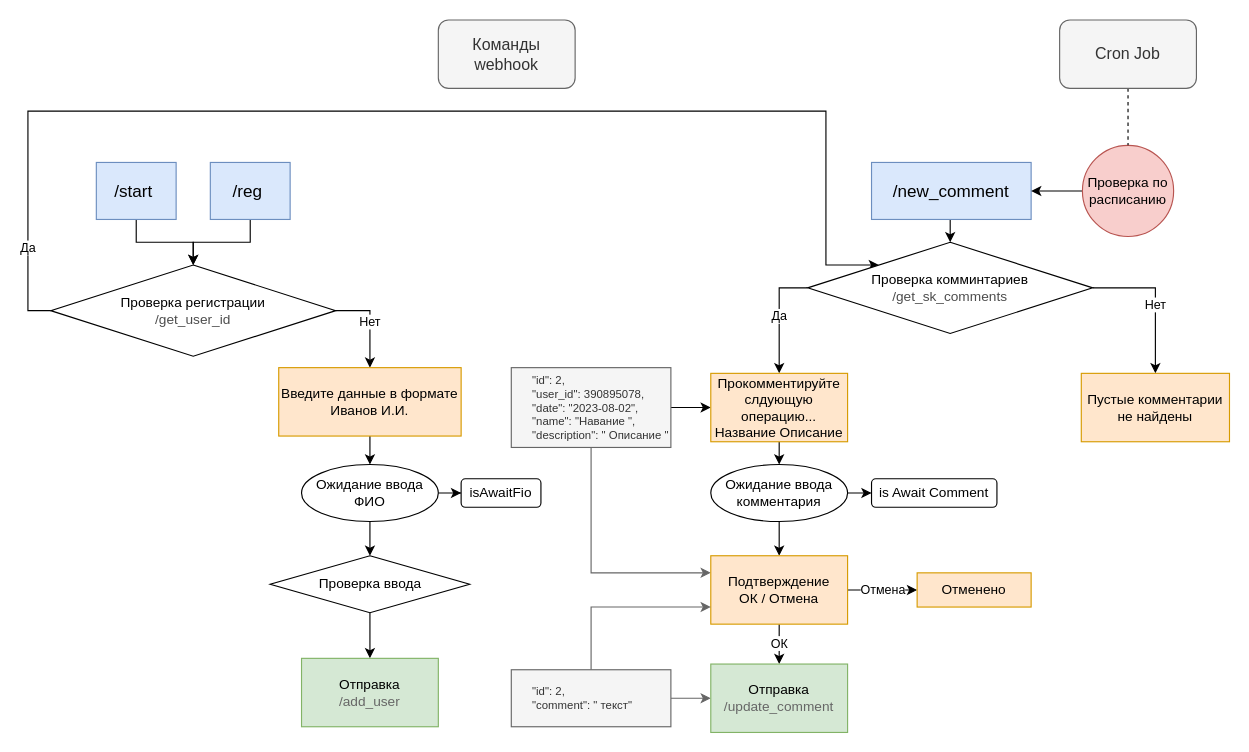
Earlier version of the draw.io diagram doc/drow.drawio (i5anin/telegram-bot.js). Source tidied: cells renumbered, new cells numbered last; positions are measured from the earlier drawing's top-left corner, leaving out a move shared by most shapes. Both pictures are drawn from the tidied source at 114%, with x=0, y=0 at pixel (27, 19).
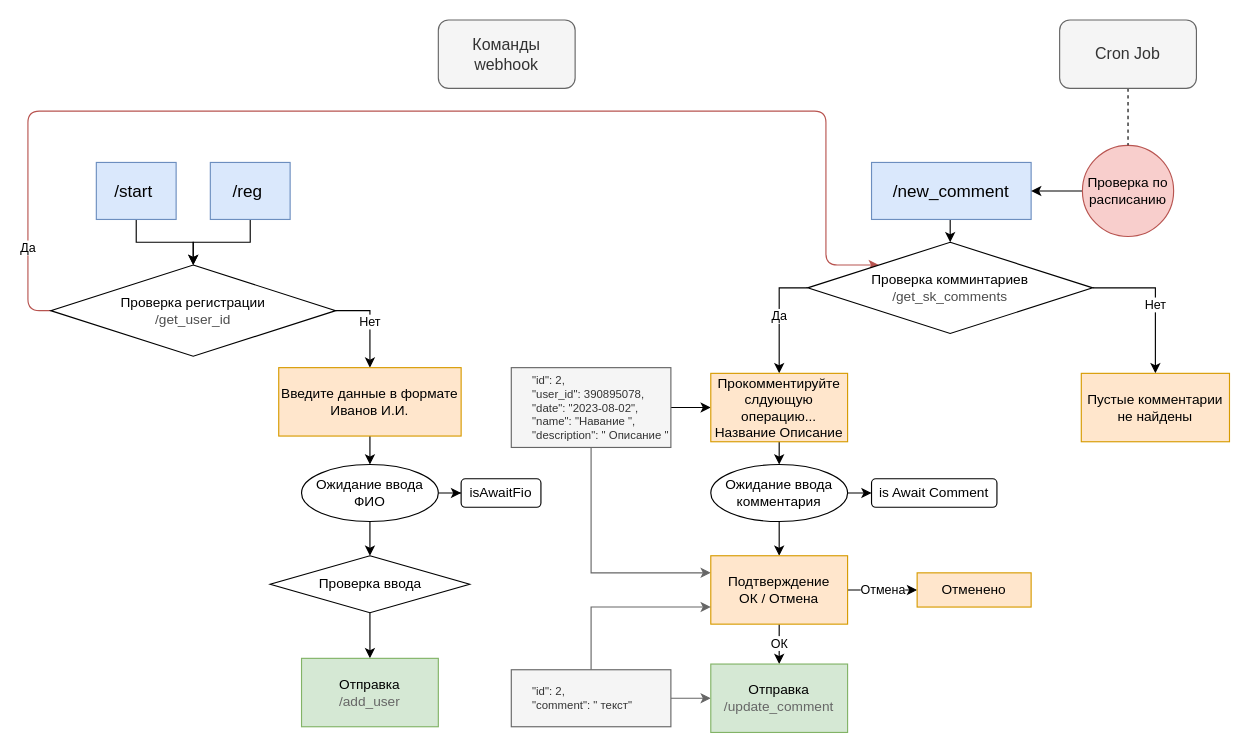
The same diagram, later.

Unchanged cells that the change refers to:
```xml
<mxCell id="10" value="Проверка регистрации&lt;br&gt;&lt;font color=&quot;#4d4d4d&quot;&gt;/get_user_id&lt;/font&gt;" style="rhombus;whiteSpace=wrap;html=1;" parent="1" vertex="1">
  <mxGeometry x="20" y="215" width="250" height="80" as="geometry" />
</mxCell>
<mxCell id="20" value="Проверка комминтариев&lt;br&gt;&lt;font color=&quot;#4d4d4d&quot;&gt;/get_sk_comments&lt;/font&gt;" style="rhombus;whiteSpace=wrap;html=1;" parent="1" vertex="1">
  <mxGeometry x="684" y="195" width="250" height="80" as="geometry" />
</mxCell>
```

The edit, as a diff of the source:
```diff
@@
-    <mxCell id="8" value="Да" style="edgeStyle=orthogonalEdgeStyle;rounded=0;jettySize=auto;html=1;exitX=0;exitY=0.5;exitDx=0;exitDy=0;entryX=0;entryY=0;entryDx=0;entryDy=0;" parent="1" edge="1" source="10" target="20">
+    <mxCell id="8" value="Да" style="edgeStyle=orthogonalEdgeStyle;rounded=1;jettySize=auto;html=1;exitX=0;exitY=0.5;exitDx=0;exitDy=0;entryX=0;entryY=0;entryDx=0;entryDy=0;fillColor=#f8cecc;strokeColor=#b85450;" parent="1" edge="1" source="10" target="20">
       <mxGeometry x="-0.86" relative="1" as="geometry">
         <Array as="points">
           <mxPoint y="255" />
           <mxPoint y="80" />
           <mxPoint x="700" y="80" />
           <mxPoint x="700" y="215" />
         </Array>
       </mxGeometry>
     </mxCell>
```
